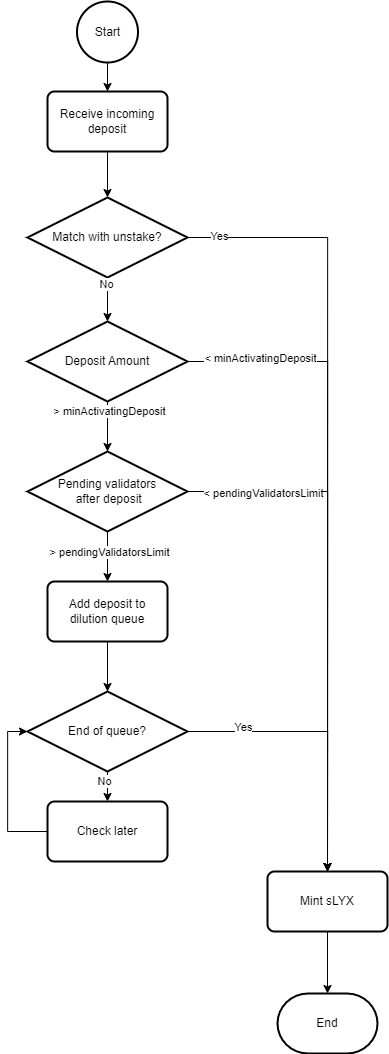
The draw.io diagram .gitbook/assets/StakingFlow_titleless.png in dropps-io/leequid-docs, before a commit. Source tidied: cells renumbered, new cells last; positions are measured from the earlier drawing's top-left corner, leaving out a move shared by most shapes. The source it was exported from:
```xml
<mxGraphModel>
  <root>
    <mxCell id="0" />
    <mxCell id="1" parent="0" />
    <mxCell id="2" value="Match with unstake?" style="strokeWidth=2;html=1;shape=mxgraph.flowchart.decision;whiteSpace=wrap;" parent="1" vertex="1">
      <mxGeometry y="196" width="160" height="80" as="geometry" />
    </mxCell>
    <mxCell id="3" value="Start" style="strokeWidth=2;html=1;shape=mxgraph.flowchart.start_2;whiteSpace=wrap;" parent="1" vertex="1">
      <mxGeometry x="49.5" width="61" height="61" as="geometry" />
    </mxCell>
    <mxCell id="4" style="edgeStyle=orthogonalEdgeStyle;rounded=0;jettySize=auto;html=1;exitX=0.5;exitY=1;exitDx=0;exitDy=0;entryX=0.5;entryY=0;entryDx=0;entryDy=0;entryPerimeter=0;" parent="1" edge="1" source="5" target="2">
      <mxGeometry relative="1" as="geometry" />
    </mxCell>
    <mxCell id="5" value="Receive incoming deposit" style="rounded=1;whiteSpace=wrap;html=1;absoluteArcSize=1;arcSize=14;strokeWidth=2;" parent="1" vertex="1">
      <mxGeometry x="20" y="90" width="120" height="60" as="geometry" />
    </mxCell>
    <mxCell id="6" style="edgeStyle=orthogonalEdgeStyle;rounded=0;jettySize=auto;html=1;exitX=0.5;exitY=1;exitDx=0;exitDy=0;exitPerimeter=0;entryX=0.5;entryY=0;entryDx=0;entryDy=0;endArrow=classic;endFill=1;" parent="1" edge="1" source="3" target="5">
      <mxGeometry relative="1" as="geometry" />
    </mxCell>
    <mxCell id="7" value="Pending validators&lt;br&gt;&amp;nbsp;after deposit" style="strokeWidth=2;html=1;shape=mxgraph.flowchart.decision;whiteSpace=wrap;" parent="1" vertex="1">
      <mxGeometry y="450" width="160" height="80" as="geometry" />
    </mxCell>
    <mxCell id="8" style="edgeStyle=orthogonalEdgeStyle;rounded=0;jettySize=auto;html=1;exitX=0.5;exitY=1;exitDx=0;exitDy=0;exitPerimeter=0;entryX=0.5;entryY=0;entryDx=0;entryDy=0;entryPerimeter=0;" parent="1" edge="1" source="10" target="7">
      <mxGeometry relative="1" as="geometry" />
    </mxCell>
    <mxCell id="9" value="&amp;gt; minActivatingDeposit" style="edgeLabel;html=1;align=center;verticalAlign=middle;" parent="8" vertex="1">
      <mxGeometry x="-0.66" y="1" relative="1" as="geometry" />
    </mxCell>
    <mxCell id="10" value="Deposit Amount" style="strokeWidth=2;html=1;shape=mxgraph.flowchart.decision;whiteSpace=wrap;" parent="1" vertex="1">
      <mxGeometry y="320" width="160" height="80" as="geometry" />
    </mxCell>
    <mxCell id="11" style="edgeStyle=orthogonalEdgeStyle;rounded=0;jettySize=auto;html=1;exitX=0.5;exitY=1;exitDx=0;exitDy=0;exitPerimeter=0;entryX=0.5;entryY=0;entryDx=0;entryDy=0;entryPerimeter=0;" parent="1" edge="1" source="2" target="10">
      <mxGeometry relative="1" as="geometry" />
    </mxCell>
    <mxCell id="12" value="No" style="edgeLabel;html=1;align=center;verticalAlign=middle;" parent="11" vertex="1">
      <mxGeometry x="-0.69" y="-2" relative="1" as="geometry" />
    </mxCell>
    <mxCell id="13" value="Mint sLYX" style="rounded=1;whiteSpace=wrap;html=1;absoluteArcSize=1;arcSize=14;strokeWidth=2;" parent="1" vertex="1">
      <mxGeometry x="240" y="870" width="120" height="60" as="geometry" />
    </mxCell>
    <mxCell id="14" style="edgeStyle=orthogonalEdgeStyle;rounded=0;jettySize=auto;html=1;exitX=1;exitY=0.5;exitDx=0;exitDy=0;exitPerimeter=0;entryX=0.5;entryY=0;entryDx=0;entryDy=0;" parent="1" edge="1" source="2" target="13">
      <mxGeometry relative="1" as="geometry" />
    </mxCell>
    <mxCell id="15" value="Yes" style="edgeLabel;html=1;align=center;verticalAlign=bottom;" parent="14" vertex="1">
      <mxGeometry x="-0.92" y="-5" relative="1" as="geometry">
        <mxPoint x="-1" as="offset" />
      </mxGeometry>
    </mxCell>
    <mxCell id="16" style="edgeStyle=orthogonalEdgeStyle;rounded=0;jettySize=auto;html=1;exitX=1;exitY=0.5;exitDx=0;exitDy=0;exitPerimeter=0;entryX=0.5;entryY=0;entryDx=0;entryDy=0;" parent="1" edge="1" source="7" target="13">
      <mxGeometry relative="1" as="geometry" />
    </mxCell>
    <mxCell id="17" value="&amp;lt; pendingValidatorsLimit" style="edgeLabel;html=1;align=center;verticalAlign=middle;" parent="16" vertex="1">
      <mxGeometry x="-0.89" y="-1" relative="1" as="geometry">
        <mxPoint x="46" as="offset" />
      </mxGeometry>
    </mxCell>
    <mxCell id="18" style="edgeStyle=orthogonalEdgeStyle;rounded=0;jettySize=auto;html=1;exitX=1;exitY=0.5;exitDx=0;exitDy=0;exitPerimeter=0;entryX=0.5;entryY=0;entryDx=0;entryDy=0;" parent="1" edge="1" source="10" target="13">
      <mxGeometry relative="1" as="geometry" />
    </mxCell>
    <mxCell id="19" value="&amp;lt; minActivatingDeposit" style="edgeLabel;html=1;align=center;verticalAlign=middle;" parent="18" vertex="1">
      <mxGeometry x="-0.86" y="4" relative="1" as="geometry">
        <mxPoint x="26" as="offset" />
      </mxGeometry>
    </mxCell>
    <mxCell id="20" value="Add deposit to &lt;br&gt;dilution queue" style="rounded=1;whiteSpace=wrap;html=1;absoluteArcSize=1;arcSize=14;strokeWidth=2;" parent="1" vertex="1">
      <mxGeometry x="20" y="580" width="120" height="60" as="geometry" />
    </mxCell>
    <mxCell id="21" style="edgeStyle=orthogonalEdgeStyle;rounded=0;jettySize=auto;html=1;exitX=0.5;exitY=1;exitDx=0;exitDy=0;exitPerimeter=0;entryX=0.5;entryY=0;entryDx=0;entryDy=0;" parent="1" edge="1" source="7" target="20">
      <mxGeometry relative="1" as="geometry" />
    </mxCell>
    <mxCell id="22" value="&amp;gt; pendingValidatorsLimit" style="edgeLabel;html=1;align=center;verticalAlign=middle;" parent="21" vertex="1">
      <mxGeometry x="-0.2" y="1" relative="1" as="geometry" />
    </mxCell>
    <mxCell id="23" style="edgeStyle=orthogonalEdgeStyle;rounded=0;jettySize=auto;html=1;exitX=1;exitY=0.5;exitDx=0;exitDy=0;exitPerimeter=0;entryX=0.5;entryY=0;entryDx=0;entryDy=0;" parent="1" edge="1" source="25" target="13">
      <mxGeometry relative="1" as="geometry" />
    </mxCell>
    <mxCell id="24" value="Yes" style="edgeLabel;html=1;align=center;verticalAlign=bottom;" parent="23" vertex="1">
      <mxGeometry x="-0.6" y="-2" relative="1" as="geometry" />
    </mxCell>
    <mxCell id="25" value="End of queue?" style="strokeWidth=2;html=1;shape=mxgraph.flowchart.decision;whiteSpace=wrap;" parent="1" vertex="1">
      <mxGeometry y="690" width="160" height="80" as="geometry" />
    </mxCell>
    <mxCell id="26" style="edgeStyle=orthogonalEdgeStyle;rounded=0;jettySize=auto;html=1;exitX=0.5;exitY=1;exitDx=0;exitDy=0;entryX=0.5;entryY=0;entryDx=0;entryDy=0;entryPerimeter=0;" parent="1" edge="1" source="20" target="25">
      <mxGeometry relative="1" as="geometry" />
    </mxCell>
    <mxCell id="27" style="edgeStyle=orthogonalEdgeStyle;rounded=0;jettySize=auto;html=1;exitX=0;exitY=0.5;exitDx=0;exitDy=0;entryX=0;entryY=0.5;entryDx=0;entryDy=0;entryPerimeter=0;" parent="1" edge="1" source="28" target="25">
      <mxGeometry relative="1" as="geometry" />
    </mxCell>
    <mxCell id="28" value="Check later" style="rounded=1;whiteSpace=wrap;html=1;absoluteArcSize=1;arcSize=14;strokeWidth=2;" parent="1" vertex="1">
      <mxGeometry x="20" y="800" width="120" height="60" as="geometry" />
    </mxCell>
    <mxCell id="29" style="edgeStyle=orthogonalEdgeStyle;rounded=0;jettySize=auto;html=1;exitX=0.5;exitY=1;exitDx=0;exitDy=0;exitPerimeter=0;entryX=0.5;entryY=0;entryDx=0;entryDy=0;" parent="1" edge="1" source="25" target="28">
      <mxGeometry relative="1" as="geometry" />
    </mxCell>
    <mxCell id="30" value="No" style="edgeLabel;html=1;align=center;verticalAlign=middle;" parent="29" vertex="1">
      <mxGeometry x="-0.39" y="-4" relative="1" as="geometry" />
    </mxCell>
    <mxCell id="31" value="End" style="strokeWidth=2;html=1;shape=mxgraph.flowchart.terminator;whiteSpace=wrap;" parent="1" vertex="1">
      <mxGeometry x="250" y="992" width="100" height="60" as="geometry" />
    </mxCell>
    <mxCell id="32" style="edgeStyle=orthogonalEdgeStyle;rounded=0;jettySize=auto;html=1;exitX=0.5;exitY=1;exitDx=0;exitDy=0;" parent="1" edge="1" source="13" target="31">
      <mxGeometry relative="1" as="geometry" />
    </mxCell>
  </root>
</mxGraphModel>
```
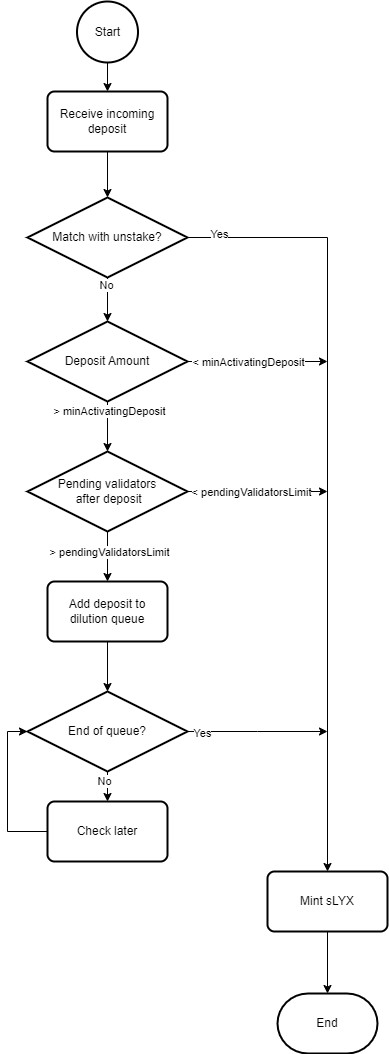
After the change.

The edit, as a diff of the source:
```diff
@@ -46,20 +46,24 @@
         <mxPoint x="-1" as="offset" />
       </mxGeometry>
     </mxCell>
-    <mxCell id="16" style="edgeStyle=orthogonalEdgeStyle;rounded=0;jettySize=auto;html=1;exitX=1;exitY=0.5;exitDx=0;exitDy=0;exitPerimeter=0;entryX=0.5;entryY=0;entryDx=0;entryDy=0;" parent="1" edge="1" source="7" target="13">
-      <mxGeometry relative="1" as="geometry" />
+    <mxCell id="16" style="edgeStyle=orthogonalEdgeStyle;rounded=0;jettySize=auto;html=1;exitX=1;exitY=0.5;exitDx=0;exitDy=0;exitPerimeter=0;" parent="1" edge="1" source="7">
+      <mxGeometry relative="1" as="geometry">
+        <mxPoint x="300" y="490" as="targetPoint" />
+      </mxGeometry>
     </mxCell>
     <mxCell id="17" value="&amp;lt; pendingValidatorsLimit" style="edgeLabel;html=1;align=center;verticalAlign=middle;" parent="16" vertex="1">
       <mxGeometry x="-0.89" y="-1" relative="1" as="geometry">
-        <mxPoint x="46" as="offset" />
+        <mxPoint x="55" y="-1" as="offset" />
       </mxGeometry>
     </mxCell>
-    <mxCell id="18" style="edgeStyle=orthogonalEdgeStyle;rounded=0;jettySize=auto;html=1;exitX=1;exitY=0.5;exitDx=0;exitDy=0;exitPerimeter=0;entryX=0.5;entryY=0;entryDx=0;entryDy=0;" parent="1" edge="1" source="10" target="13">
-      <mxGeometry relative="1" as="geometry" />
+    <mxCell id="18" style="edgeStyle=orthogonalEdgeStyle;rounded=0;jettySize=auto;html=1;exitX=1;exitY=0.5;exitDx=0;exitDy=0;exitPerimeter=0;" parent="1" edge="1" source="10">
+      <mxGeometry relative="1" as="geometry">
+        <mxPoint x="300" y="360" as="targetPoint" />
+      </mxGeometry>
     </mxCell>
     <mxCell id="19" value="&amp;lt; minActivatingDeposit" style="edgeLabel;html=1;align=center;verticalAlign=middle;" parent="18" vertex="1">
       <mxGeometry x="-0.86" y="4" relative="1" as="geometry">
-        <mxPoint x="26" as="offset" />
+        <mxPoint x="50" y="4" as="offset" />
       </mxGeometry>
     </mxCell>
     <mxCell id="20" value="Add deposit to &lt;br&gt;dilution queue" style="rounded=1;whiteSpace=wrap;html=1;absoluteArcSize=1;arcSize=14;strokeWidth=2;" parent="1" vertex="1">
@@ -71,11 +75,15 @@
     <mxCell id="22" value="&amp;gt; pendingValidatorsLimit" style="edgeLabel;html=1;align=center;verticalAlign=middle;" parent="21" vertex="1">
       <mxGeometry x="-0.2" y="1" relative="1" as="geometry" />
     </mxCell>
-    <mxCell id="23" style="edgeStyle=orthogonalEdgeStyle;rounded=0;jettySize=auto;html=1;exitX=1;exitY=0.5;exitDx=0;exitDy=0;exitPerimeter=0;entryX=0.5;entryY=0;entryDx=0;entryDy=0;" parent="1" edge="1" source="25" target="13">
-      <mxGeometry relative="1" as="geometry" />
+    <mxCell id="23" style="edgeStyle=orthogonalEdgeStyle;rounded=0;jettySize=auto;html=1;exitX=1;exitY=0.5;exitDx=0;exitDy=0;exitPerimeter=0;" parent="1" edge="1" source="25">
+      <mxGeometry relative="1" as="geometry">
+        <mxPoint x="300" y="730" as="targetPoint" />
+      </mxGeometry>
     </mxCell>
     <mxCell id="24" value="Yes" style="edgeLabel;html=1;align=center;verticalAlign=bottom;" parent="23" vertex="1">
-      <mxGeometry x="-0.6" y="-2" relative="1" as="geometry" />
+      <mxGeometry x="-0.6" y="-2" relative="1" as="geometry">
+        <mxPoint x="-14" y="8" as="offset" />
+      </mxGeometry>
     </mxCell>
     <mxCell id="25" value="End of queue?" style="strokeWidth=2;html=1;shape=mxgraph.flowchart.decision;whiteSpace=wrap;" parent="1" vertex="1">
       <mxGeometry y="690" width="160" height="80" as="geometry" />
```
